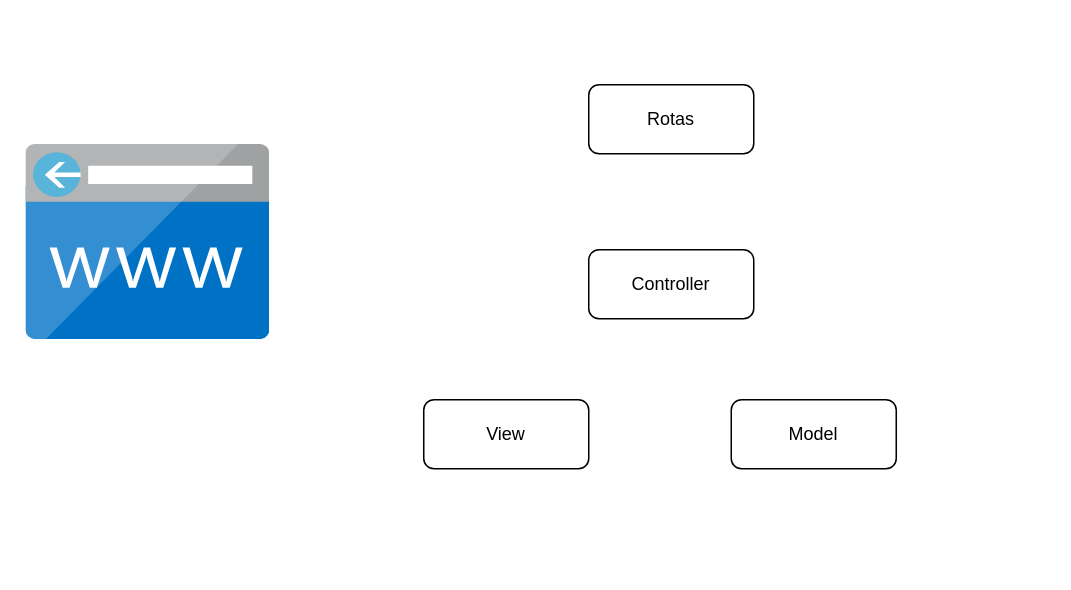
The draw.io diagram _documentos/diagramas/Arquitetura MVC.drawio in mariocosta2021/Jobs-PAP-2023-, before the edit. Source tidied: cells renumbered, new cells numbered last; positions are measured from the earlier drawing's top-left corner, leaving out a move shared by most shapes. Both pictures are drawn from the tidied source at 150%, with x=0, y=0 at pixel (26, 84).
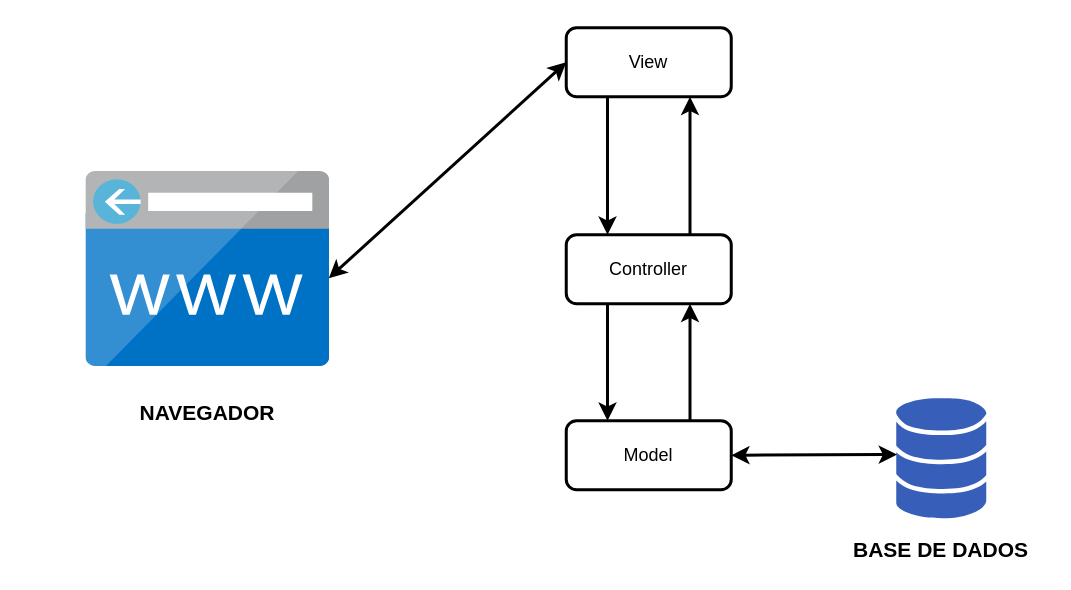
The same diagram, later.

Change to the diagram source:
```diff
@@
 <mxGraphModel>
   <root>
     <mxCell id="0" />
     <mxCell id="1" parent="0" />
-    <mxCell id="2" value="Model" style="rounded=1;whiteSpace=wrap;html=1;" parent="1" vertex="1">
-      <mxGeometry x="470" y="210" width="110" height="46" as="geometry" />
+    <mxCell id="2" value="Model" style="rounded=1;whiteSpace=wrap;html=1;strokeWidth=2;" parent="1" vertex="1">
+      <mxGeometry x="360" y="224" width="110" height="46" as="geometry" />
     </mxCell>
-    <mxCell id="3" value="View" style="rounded=1;whiteSpace=wrap;html=1;" parent="1" vertex="1">
-      <mxGeometry x="265" y="210" width="110" height="46" as="geometry" />
+    <mxCell id="3" value="View" style="rounded=1;whiteSpace=wrap;html=1;strokeWidth=2;" parent="1" vertex="1">
+      <mxGeometry x="360" y="-38" width="110" height="46" as="geometry" />
     </mxCell>
-    <mxCell id="4" value="Controller" style="rounded=1;whiteSpace=wrap;html=1;" parent="1" vertex="1">
-      <mxGeometry x="375" y="110" width="110" height="46" as="geometry" />
+    <mxCell id="4" value="Controller" style="rounded=1;whiteSpace=wrap;html=1;strokeWidth=2;" parent="1" vertex="1">
+      <mxGeometry x="360" y="100" width="110" height="46" as="geometry" />
     </mxCell>
-    <mxCell id="5" value="Rotas" style="rounded=1;whiteSpace=wrap;html=1;" parent="1" vertex="1">
-      <mxGeometry x="375" width="110" height="46" as="geometry" />
-    </mxCell>
     <mxCell id="6" style="html=1;points=[];align=center;image;fontSize=12;image=img/lib/mscae/CustomDomain.svg;fillColor=#036897;gradientColor=#ffffff;" parent="1" vertex="1">
-      <mxGeometry y="40" width="162.5" height="130" as="geometry" />
+      <mxGeometry x="40" y="58" width="162.5" height="130" as="geometry" />
     </mxCell>
+    <mxCell id="7" style="verticalLabelPosition=bottom;html=1;verticalAlign=top;align=center;shape=mxgraph.cisco_safe.iot_things_icons.icon7;strokeWidth=2;strokeColor=#004C99;fillColor=#375EB8;" parent="1" vertex="1">
+      <mxGeometry x="580" y="209" width="60" height="80" as="geometry" />
+    </mxCell>
+    <mxCell id="8" style="endArrow=none;html=1;strokeWidth=2;startArrow=classic;startFill=1;entryX=0.25;entryY=1;entryDx=0;entryDy=0;exitX=0.25;exitY=0;exitDx=0;exitDy=0;endFill=0;" parent="1" edge="1" source="4" target="3">
+      <mxGeometry relative="1" as="geometry" />
+    </mxCell>
+    <mxCell id="9" style="endArrow=classic;html=1;entryX=0.25;entryY=0;entryDx=0;entryDy=0;startArrow=none;startFill=0;strokeWidth=2;exitX=0.25;exitY=1;exitDx=0;exitDy=0;" parent="1" edge="1" source="4" target="2">
+      <mxGeometry relative="1" as="geometry" />
+    </mxCell>
+    <mxCell id="10" style="endArrow=classic;html=1;entryX=1;entryY=0.5;entryDx=0;entryDy=0;exitX=0.008;exitY=0.469;exitDx=0;exitDy=0;exitPerimeter=0;startArrow=classic;startFill=1;strokeWidth=2;" parent="1" edge="1" source="7" target="2">
+      <mxGeometry relative="1" as="geometry" />
+    </mxCell>
+    <mxCell id="11" style="endArrow=classic;html=1;entryX=0.995;entryY=0.546;entryDx=0;entryDy=0;exitX=0;exitY=0.5;exitDx=0;exitDy=0;entryPerimeter=0;startArrow=classic;startFill=1;strokeWidth=2;" parent="1" edge="1" source="3" target="6">
+      <mxGeometry relative="1" as="geometry" />
+    </mxCell>
+    <mxCell id="12" style="endArrow=none;html=1;entryX=0.75;entryY=0;entryDx=0;entryDy=0;startArrow=classic;startFill=1;strokeWidth=2;exitX=0.75;exitY=1;exitDx=0;exitDy=0;endFill=0;" parent="1" edge="1" source="4" target="2">
+      <mxGeometry relative="1" as="geometry" />
+    </mxCell>
+    <mxCell id="13" style="endArrow=none;html=1;entryX=0.75;entryY=0;entryDx=0;entryDy=0;startArrow=classic;startFill=1;strokeWidth=2;endFill=0;exitX=0.75;exitY=1;exitDx=0;exitDy=0;" parent="1" edge="1" source="3" target="4">
+      <mxGeometry relative="1" as="geometry" />
+    </mxCell>
+    <mxCell id="14" value="&lt;b&gt;&lt;font style=&quot;font-size: 14px&quot;&gt;BASE DE DADOS&lt;/font&gt;&lt;/b&gt;" style="text;html=1;strokeColor=none;fillColor=none;align=center;verticalAlign=middle;whiteSpace=wrap;rounded=0;strokeWidth=3;" parent="1" vertex="1">
+      <mxGeometry x="540" y="300" width="140" height="20" as="geometry" />
+    </mxCell>
+    <mxCell id="15" value="&lt;b&gt;&lt;font style=&quot;font-size: 14px&quot;&gt;NAVEGADOR&lt;/font&gt;&lt;/b&gt;" style="text;html=1;strokeColor=none;fillColor=none;align=center;verticalAlign=middle;whiteSpace=wrap;rounded=0;strokeWidth=3;" parent="1" vertex="1">
+      <mxGeometry x="51.2" y="209" width="140" height="20" as="geometry" />
+    </mxCell>
   </root>
 </mxGraphModel>
```
